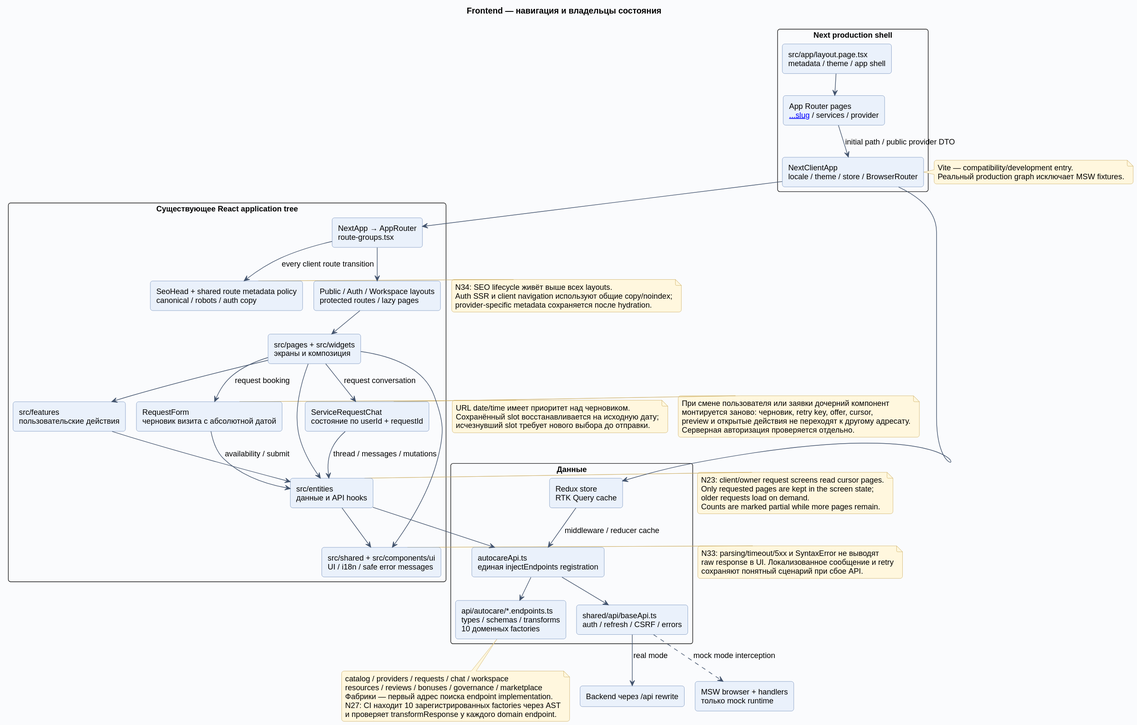
Earlier version of the PlantUML export docs/diagrams/rendered/03-frontend.svg (Dima163163/auto-care-hub).
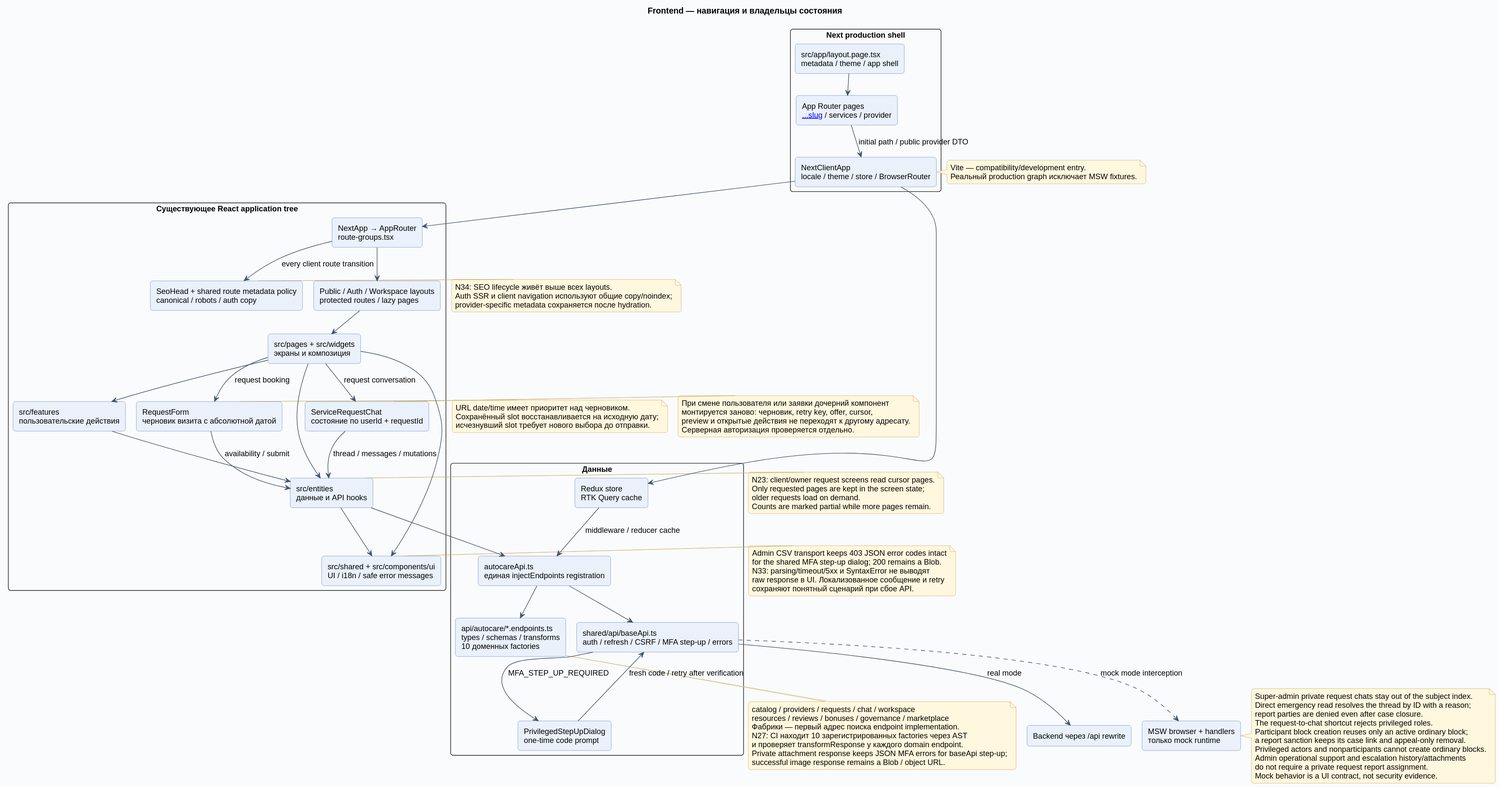
The same diagram one commit later.

The edit, as a diff of the source:
```diff
@@ -22,7 +22,8 @@
   component "Redux store\nRTK Query cache" as Store
   component "autocareApi.ts\nединая injectEndpoints registration" as AutoAPI
   component "api/autocare/*.endpoints.ts\ntypes / schemas / transforms\n10 доменных factories" as Factories
-  component "shared/api/baseApi.ts\nauth / refresh / CSRF / errors" as Transport
+  component "shared/api/baseApi.ts\nauth / refresh / CSRF / MFA step-up / errors" as Transport
+  component "PrivilegedStepUpDialog\none-time code prompt" as StepUpDialog
 }
 component "Backend через /api rewrite" as Backend
 component "MSW browser + handlers\nтолько mock runtime" as Mock
@@ -46,14 +47,30 @@
 AutoAPI --> Factories
 AutoAPI --> Transport
 Transport --> Backend : real mode
+Transport --> StepUpDialog : MFA_STEP_UP_REQUIRED
+StepUpDialog --> Transport : fresh code / retry after verification
 Transport ..> Mock : mock mode interception
 Store --> AutoAPI : middleware / reducer cache
+note right of Mock
+  Super-admin private request chats stay out of the subject index.
+  Direct emergency read resolves the thread by ID with a reason;
+  report parties are denied even after case closure.
+  The request-to-chat shortcut rejects privileged roles.
+  Participant block creation reuses only an active ordinary block;
+  a report sanction keeps its case link and appeal-only removal.
+  Privileged actors and nonparticipants cannot create ordinary blocks.
+  Admin operational support and escalation history/attachments
+  do not require a private request report assignment.
+  Mock behavior is a UI contract, not security evidence.
+end note
 note bottom of Factories
   catalog / providers / requests / chat / workspace
   resources / reviews / bonuses / governance / marketplace
   Фабрики — первый адрес поиска endpoint implementation.
   N27: CI находит 10 зарегистрированных factories через AST
   и проверяет transformResponse у каждого domain endpoint.
+  Private attachment response keeps JSON MFA errors for baseApi step-up;
+  successful image response remains a Blob / object URL.
 end note
 note right of Entities
   N23: client/owner request screens read cursor pages.
@@ -71,6 +88,8 @@
   provider-specific metadata сохраняется после hydration.
 end note
 note right of Shared
+  Admin CSV transport keeps 403 JSON error codes intact
+  for the shared MFA step-up dialog; 200 remains a Blob.
   N33: parsing/timeout/5xx и SyntaxError не выводят
   raw response в UI. Локализованное сообщение и retry
   сохраняют понятный сценарий при сбое API.
```
